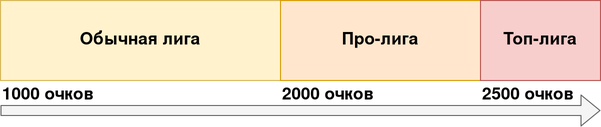
Before: assets/images/leagues.png, a diagram exported from draw.io (fizuha-team/fizuha-team.github.io). Source tidied: cells renumbered, new cells last; positions are measured from the earlier drawing's top-left corner, leaving out a move shared by most shapes. Its diagram source:
```xml
<mxGraphModel>
  <root>
    <mxCell id="0" />
    <mxCell id="1" parent="0" />
    <mxCell id="2" value="Обычная лига" style="rounded=0;whiteSpace=wrap;html=1;fontSize=17;fontStyle=1;fillColor=#fff2cc;strokeColor=#d6b656;" parent="1" vertex="1">
      <mxGeometry width="280" height="80" as="geometry" />
    </mxCell>
    <mxCell id="3" value="Про-лига" style="rounded=0;whiteSpace=wrap;html=1;fontStyle=1;fontSize=17;fillColor=#ffe6cc;strokeColor=#d79b00;" parent="1" vertex="1">
      <mxGeometry x="280" width="200" height="80" as="geometry" />
    </mxCell>
    <mxCell id="4" value="Топ-лига" style="rounded=0;whiteSpace=wrap;html=1;fontSize=17;fontStyle=1;fillColor=#f8cecc;strokeColor=#b85450;" parent="1" vertex="1">
      <mxGeometry x="480" width="120" height="80" as="geometry" />
    </mxCell>
    <mxCell id="5" value="1000 очков" style="text;html=1;strokeColor=none;fillColor=none;align=left;verticalAlign=middle;whiteSpace=wrap;rounded=0;fontSize=17;fontStyle=1;" parent="1" vertex="1">
      <mxGeometry y="80" width="120" height="30" as="geometry" />
    </mxCell>
    <mxCell id="6" value="2000 очков" style="text;html=1;strokeColor=none;fillColor=none;align=left;verticalAlign=middle;whiteSpace=wrap;rounded=0;fontSize=17;fontStyle=1;" parent="1" vertex="1">
      <mxGeometry x="280" y="80" width="120" height="30" as="geometry" />
    </mxCell>
    <mxCell id="7" value="2500 очков" style="text;html=1;strokeColor=none;fillColor=none;align=left;verticalAlign=middle;whiteSpace=wrap;rounded=0;fontSize=17;fontStyle=1;" parent="1" vertex="1">
      <mxGeometry x="480" y="80" width="120" height="30" as="geometry" />
    </mxCell>
    <mxCell id="8" style="shape=flexArrow;endArrow=classic;html=1;fontSize=17;fillColor=#f5f5f5;strokeColor=#666666;" parent="1" edge="1">
      <mxGeometry relative="1" as="geometry">
        <mxPoint y="110" as="sourcePoint" />
        <mxPoint x="600" y="110" as="targetPoint" />
      </mxGeometry>
    </mxCell>
  </root>
</mxGraphModel>
```
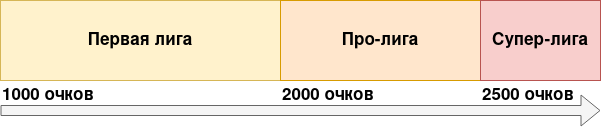
Above is the later version.

Commit message:
Improve text

Diff of the diagram source:
```diff
@@ -2,13 +2,13 @@
   <root>
     <mxCell id="0" />
     <mxCell id="1" parent="0" />
-    <mxCell id="2" value="Обычная лига" style="rounded=0;whiteSpace=wrap;html=1;fontSize=17;fontStyle=1;fillColor=#fff2cc;strokeColor=#d6b656;" parent="1" vertex="1">
+    <mxCell id="2" value="Первая лига" style="rounded=0;whiteSpace=wrap;html=1;fontSize=17;fontStyle=1;fillColor=#fff2cc;strokeColor=#d6b656;" parent="1" vertex="1">
       <mxGeometry width="280" height="80" as="geometry" />
     </mxCell>
     <mxCell id="3" value="Про-лига" style="rounded=0;whiteSpace=wrap;html=1;fontStyle=1;fontSize=17;fillColor=#ffe6cc;strokeColor=#d79b00;" parent="1" vertex="1">
       <mxGeometry x="280" width="200" height="80" as="geometry" />
     </mxCell>
-    <mxCell id="4" value="Топ-лига" style="rounded=0;whiteSpace=wrap;html=1;fontSize=17;fontStyle=1;fillColor=#f8cecc;strokeColor=#b85450;" parent="1" vertex="1">
+    <mxCell id="4" value="Супер-лига" style="rounded=0;whiteSpace=wrap;html=1;fontSize=17;fontStyle=1;fillColor=#f8cecc;strokeColor=#b85450;" parent="1" vertex="1">
       <mxGeometry x="480" width="120" height="80" as="geometry" />
     </mxCell>
     <mxCell id="5" value="1000 очков" style="text;html=1;strokeColor=none;fillColor=none;align=left;verticalAlign=middle;whiteSpace=wrap;rounded=0;fontSize=17;fontStyle=1;" parent="1" vertex="1">
```
